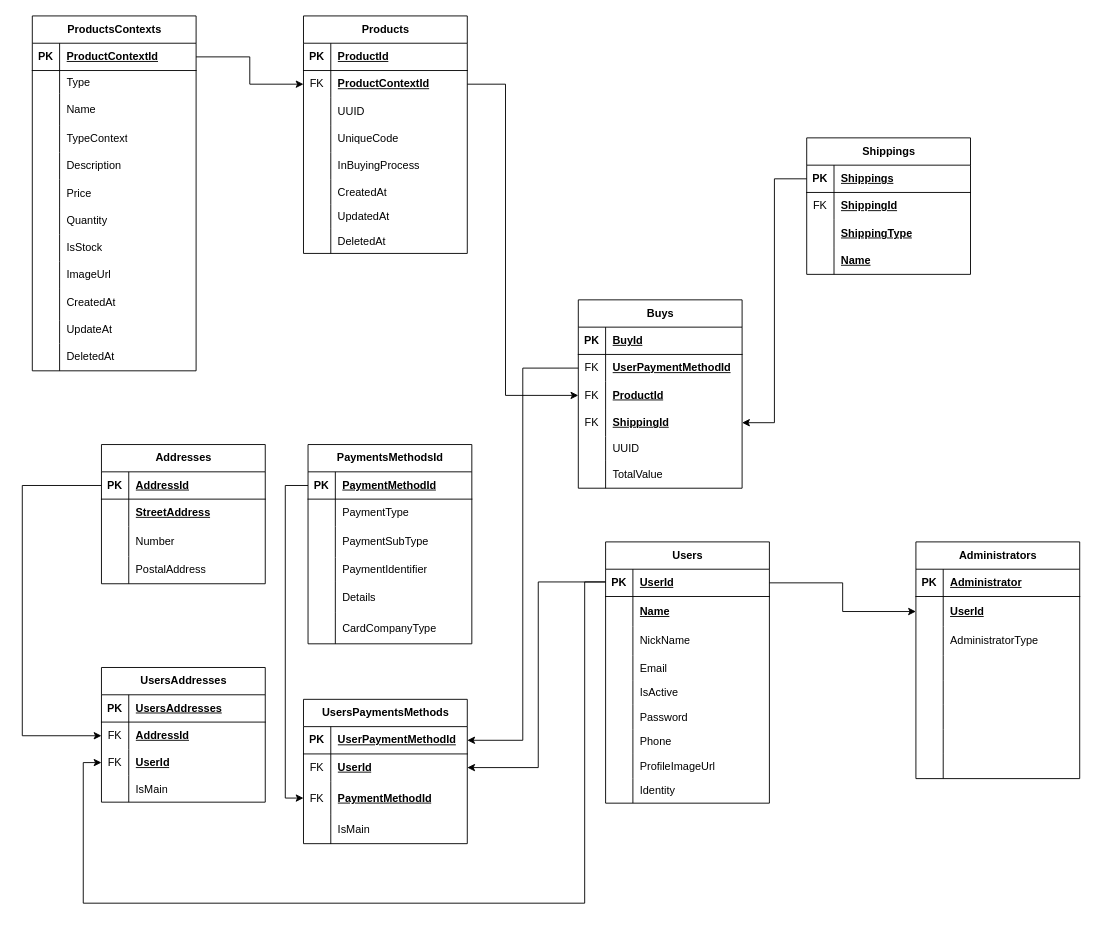
Before: MER.drawio in RobertoGregorio/e-commerce-engineering-mediator, a draw.io diagram. Source tidied: cells renumbered, new cells numbered last; positions are measured from the earlier drawing's top-left corner, leaving out a move shared by most shapes. Both pictures are drawn from the tidied source at 91%, with x=0, y=0 at pixel (22, 15).
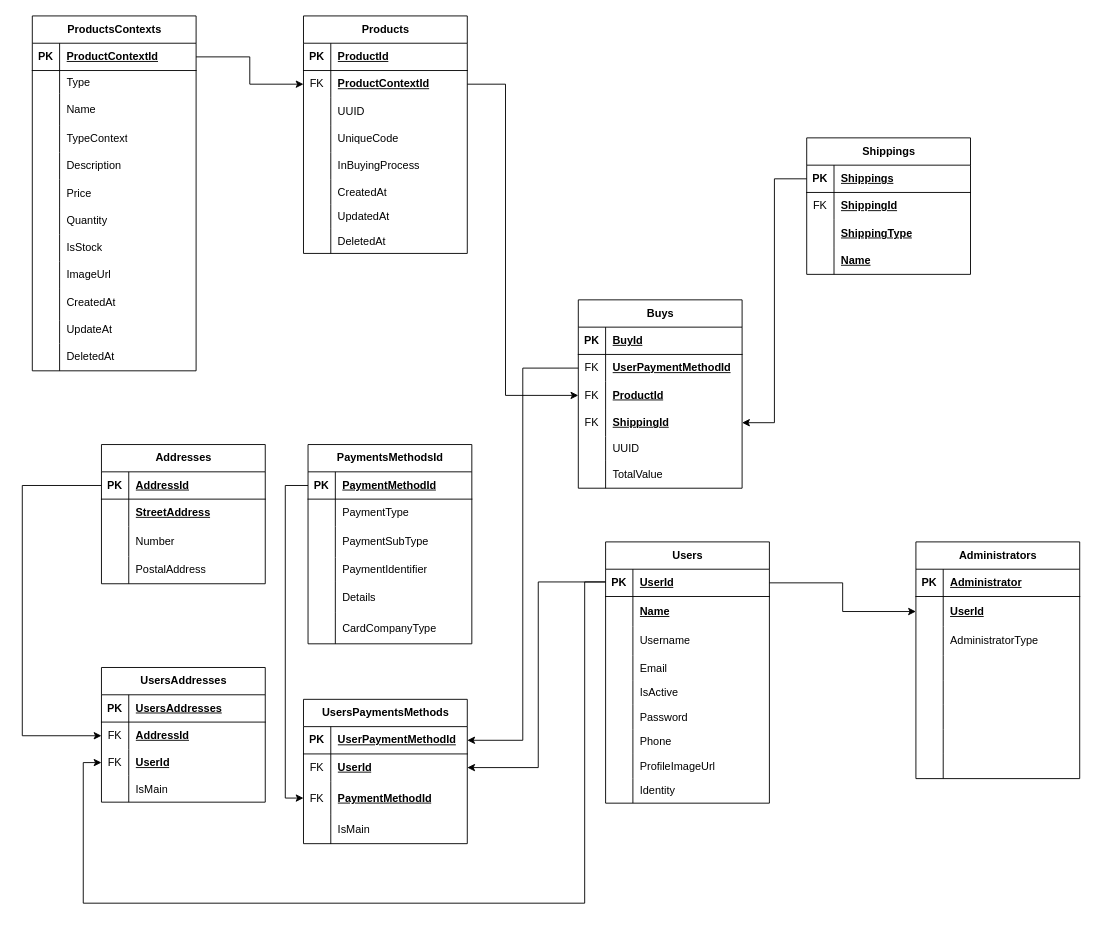
The same diagram, later.

Unchanged cells that the change refers to:
```xml
<mxCell id="114" style="shape=tableRow;horizontal=0;startSize=0;swimlaneHead=0;swimlaneBody=0;fillColor=none;top=0;left=0;right=0;bottom=0;" parent="107" vertex="1">
  <mxGeometry y="93" width="180" height="32" as="geometry" />
</mxCell>
```

The edit, as a diff of the source:
```diff
@@
-    <mxCell id="116" value="NickName" style="shape=partialRectangle;fillColor=none;top=0;left=0;bottom=0;right=0;align=left;spacingLeft=6;overflow=hidden;whiteSpace=wrap;html=1;" parent="114" vertex="1">
+    <mxCell id="116" value="Username" style="shape=partialRectangle;fillColor=none;top=0;left=0;bottom=0;right=0;align=left;spacingLeft=6;overflow=hidden;whiteSpace=wrap;html=1;" parent="114" vertex="1">
       <mxGeometry x="30" width="150" height="32" as="geometry" />
     </mxCell>
```
